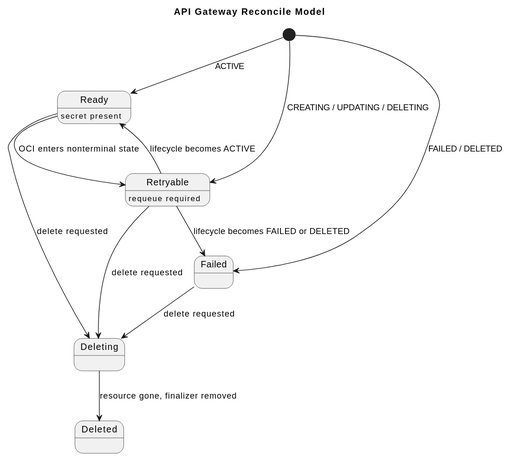
This is formal/controllers/api-gateway/diagrams/state-machine.svg from donoftime/oci-service-operator, a PlantUML export, as it was before one commit.
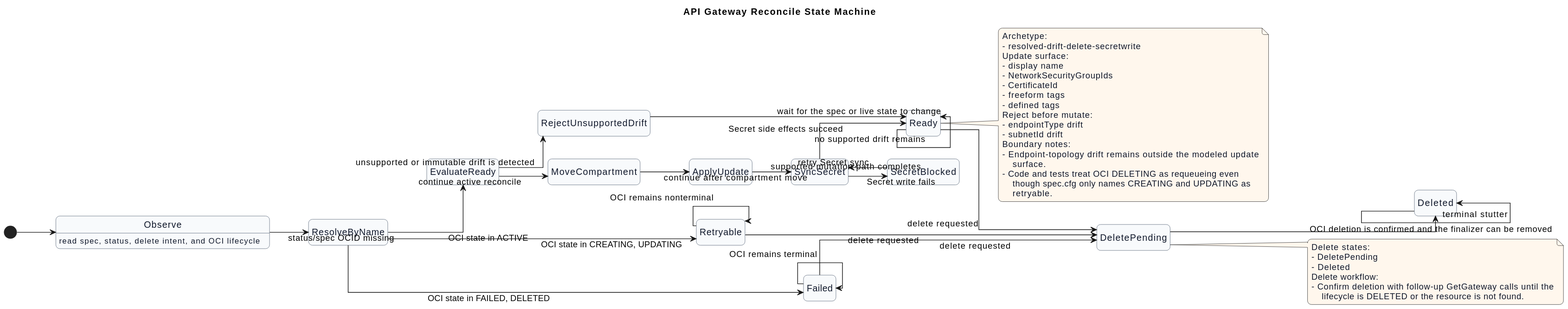
After the commit.

What changed in the source:
```diff
@@ -1,18 +1,71 @@
 @startuml
-title API Gateway Reconcile Model
+title API Gateway Reconcile State Machine
+left to right direction
+hide empty description
+skinparam shadowing false
+skinparam linetype ortho
+skinparam roundcorner 12
+skinparam BackgroundColor #FFFFFF
+skinparam defaultTextAlignment left
+skinparam state {
+  BorderColor #475569
+  FontColor #0F172A
+  BackgroundColor #F8FAFC
+}
+skinparam note {
+  BorderColor #B45309
+  BackgroundColor #FFF7ED
+  FontColor #0F172A
+}
+[*] --> Observe
+Observe : read spec, status, delete intent, and OCI lifecycle
+Observe --> ResolveByName : status/spec OCID missing
+ResolveByName --> EvaluateReady : OCI state in ACTIVE
+ResolveByName --> Retryable : OCI state in CREATING, UPDATING
+ResolveByName --> Failed : OCI state in FAILED, DELETED
+EvaluateReady --> RejectUnsupportedDrift : unsupported or immutable drift is detected
+RejectUnsupportedDrift --> Ready : wait for the spec or live state to change
+EvaluateReady --> MoveCompartment : continue active reconcile
+MoveCompartment --> ApplyUpdate : continue after compartment move
+ApplyUpdate --> SyncSecret : supported mutation path completes
+SyncSecret --> SecretBlocked : Secret write fails
+SecretBlocked --> SyncSecret : retry Secret sync
+SyncSecret --> Ready : Secret side effects succeed
+Ready --> Ready : no supported drift remains
+Retryable --> Retryable : OCI remains nonterminal
+Failed --> Failed : OCI remains terminal
+Ready --> DeletePending : delete requested
+Retryable --> DeletePending : delete requested
+Failed --> DeletePending : delete requested
+DeletePending --> Deleted : OCI deletion is confirmed and the finalizer can be removed
+Deleted --> Deleted : terminal stutter
 
-[*] --> Ready : ACTIVE
-[*] --> Retryable : CREATING / UPDATING / DELETING
-[*] --> Failed : FAILED / DELETED
+note right of Ready
+Archetype:
+- resolved-drift-delete-secretwrite
+Update surface:
+- display name
+- NetworkSecurityGroupIds
+- CertificateId
+- freeform tags
+- defined tags
+Reject before mutate:
+- endpointType drift
+- subnetId drift
+Boundary notes:
+- Endpoint-topology drift remains outside the modeled update
+    surface.
+- Code and tests treat OCI DELETING as requeueing even
+    though spec.cfg only names CREATING and UPDATING as
+    retryable.
+end note
 
-Ready : secret present
-Retryable : requeue required
-
-Ready --> Retryable : OCI enters nonterminal state
-Retryable --> Ready : lifecycle becomes ACTIVE
-Retryable --> Failed : lifecycle becomes FAILED or DELETED
-Ready --> Deleting : delete requested
-Retryable --> Deleting : delete requested
-Failed --> Deleting : delete requested
-Deleting --> Deleted : resource gone, finalizer removed
+note right of DeletePending
+Delete states:
+- DeletePending
+- Deleted
+Delete workflow:
+- Confirm deletion with follow-up GetGateway calls until the
+    lifecycle is DELETED or the resource is not found.
+end note
 @enduml
```
